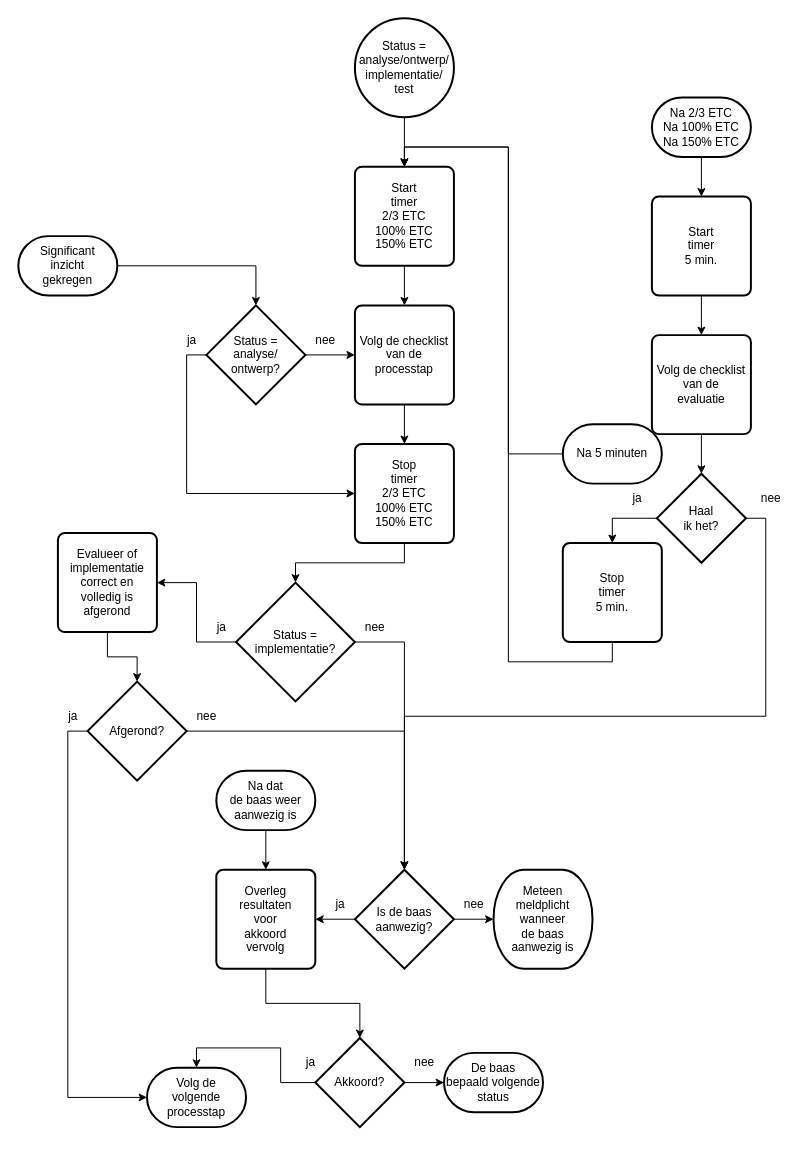
Earlier version of the draw.io diagram 2 Issue Tracker tijdtriggers.drawio (Zaibatsu89/IssueTracker). Source tidied: cells renumbered, new cells numbered last; positions are measured from the earlier drawing's top-left corner, leaving out a move shared by most shapes. Both pictures are drawn from the tidied source at 99%, with x=0, y=0 at pixel (18, 18).
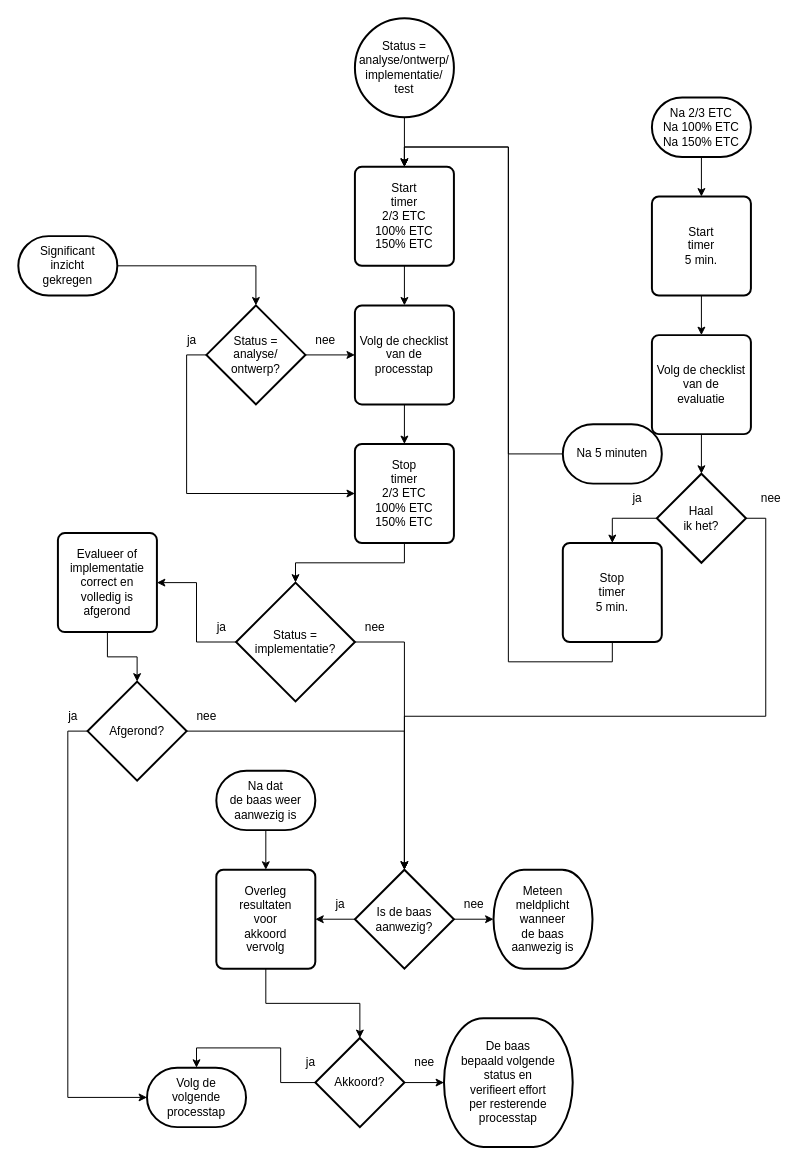
The same diagram, later.

The edit, as a diff of the source:
```diff
@@
-    <mxCell id="12" value="De baas&lt;br&gt;bepaald volgende&lt;br&gt;status" style="strokeWidth=2;html=1;shape=mxgraph.flowchart.terminator;whiteSpace=wrap;" parent="1" vertex="1">
-      <mxGeometry x="430" y="1045" width="100" height="60" as="geometry" />
+    <mxCell id="12" value="De baas&lt;br&gt;bepaald volgende&lt;br&gt;status en&lt;br&gt;verifieert effort&lt;br&gt;per resterende&lt;br&gt;processtap" style="strokeWidth=2;html=1;shape=mxgraph.flowchart.terminator;whiteSpace=wrap;" parent="1" vertex="1">
+      <mxGeometry x="430" y="1010" width="130" height="130" as="geometry" />
     </mxCell>
```
